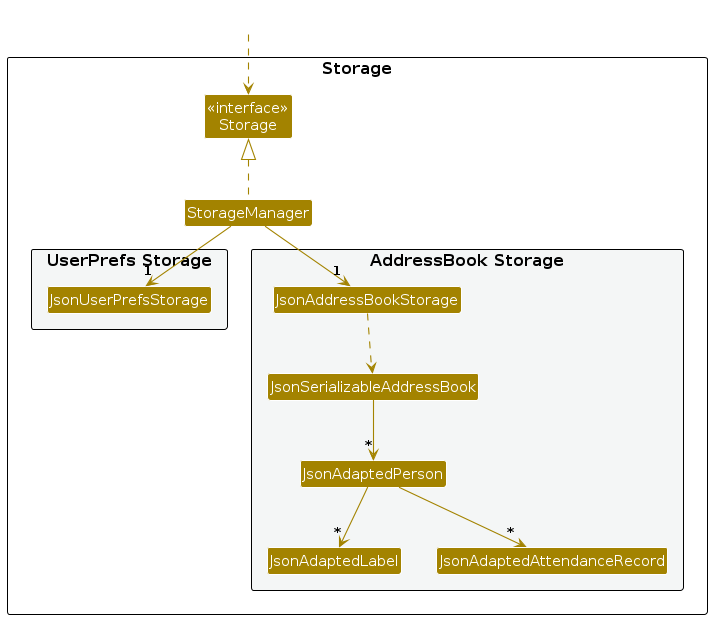
Earlier version of the PlantUML export diagrams/StorageClassDiagram.png (AY2627S1-CS2103T-F12-1/tp). Its source is kept beside it as diagrams/StorageClassDiagram.puml.
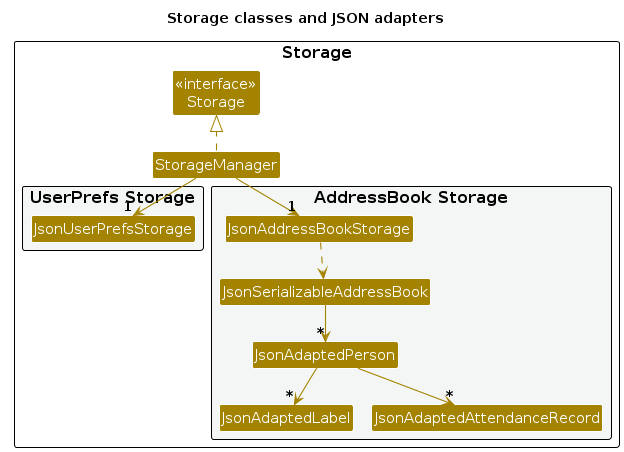
The same file after the commit.

What changed in the source:
```diff
@@ -1,5 +1,6 @@
 @startuml
 !include style.puml
+title Storage classes and JSON adapters
 skinparam arrowThickness 1.1
 skinparam arrowColor STORAGE_COLOR
 skinparam classBackgroundColor STORAGE_COLOR
@@ -23,8 +24,6 @@
 
 }
 
-Class HiddenOutside #FFFFFF
-HiddenOutside ..> Storage
 
 StorageManager .up.|> Storage
 StorageManager -down-> "1" JsonUserPrefsStorage
```
